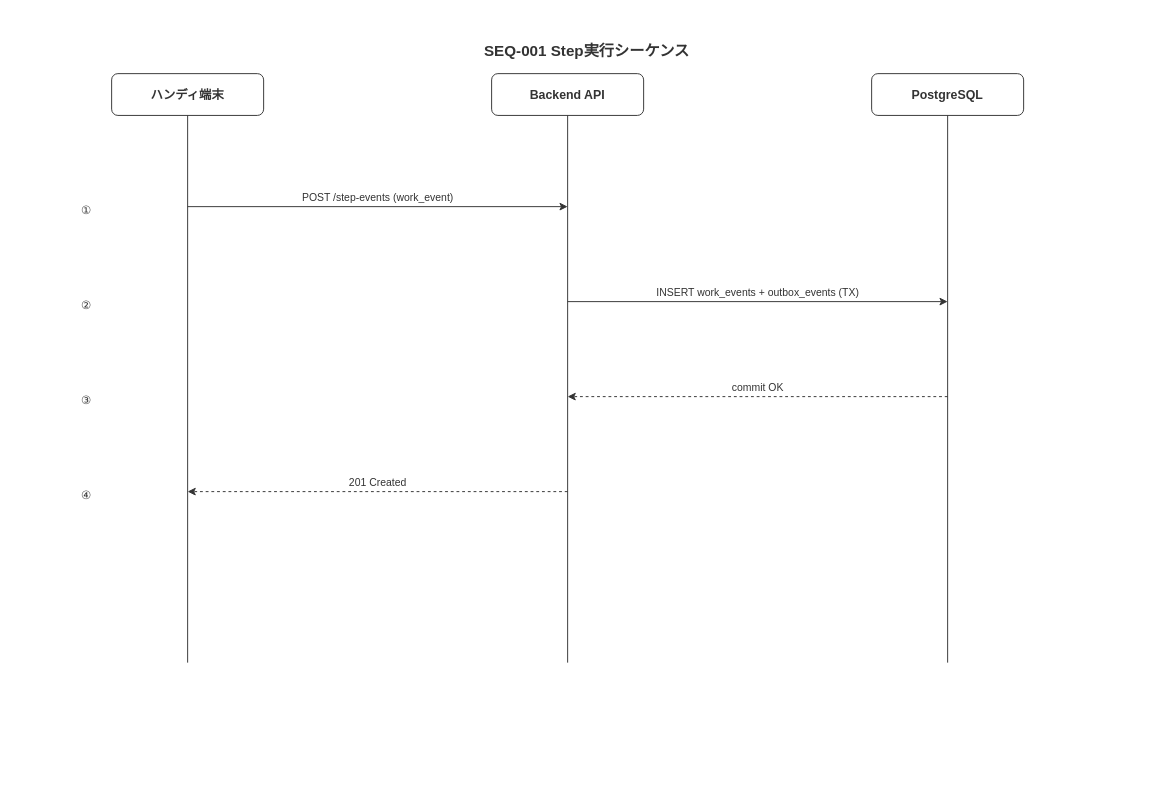
The draw.io diagram docs/04_概要設計/05_外部インターフェース設計/img/fig_des_seq_step_execution.drawio in RyuheiKiso/work-navigation-app, before the edit. Source tidied: cells renumbered, new cells numbered last; positions are measured from the earlier drawing's top-left corner, leaving out a move shared by most shapes. Both pictures are drawn from the tidied source at 95%, with x=0, y=0 at pixel (16, 16).
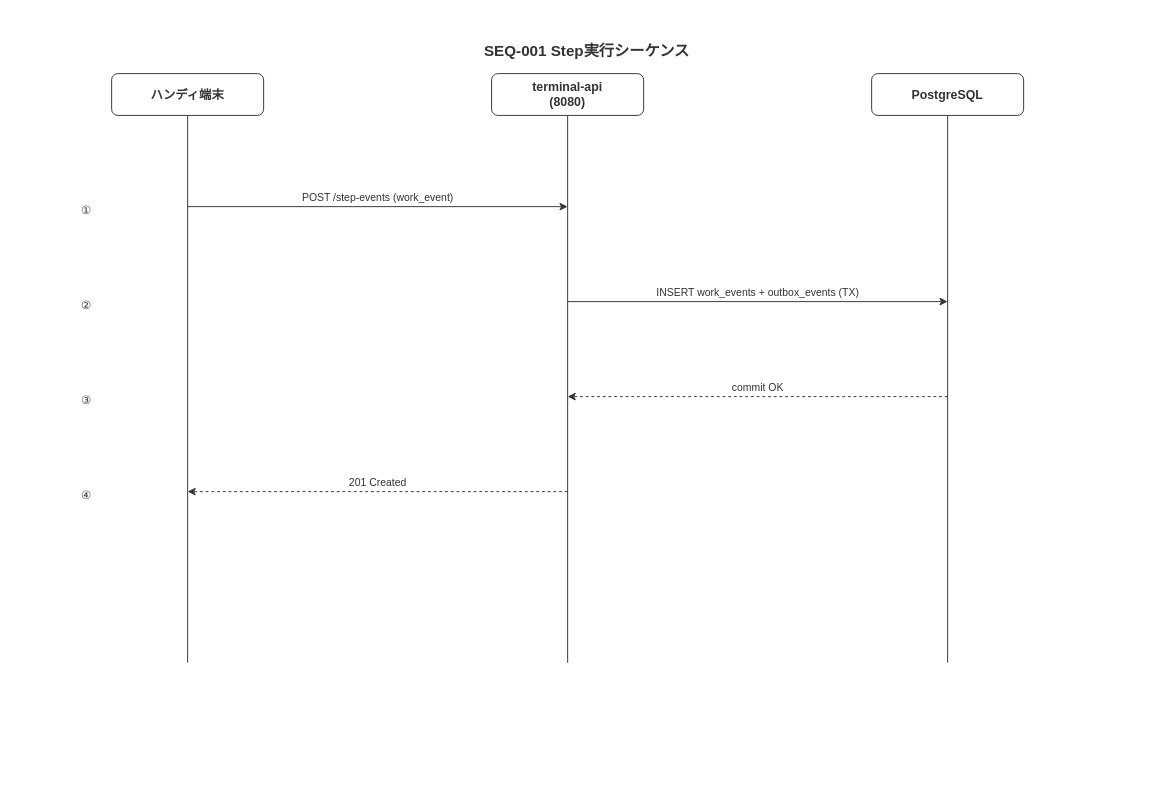
The same page after the edit.

The edit, as a diff of the source:
```diff
@@
-    <mxCell id="5" value="Backend API" style="rounded=1;whiteSpace=wrap;html=1;fontFamily=Helvetica;fontSize=13;fontStyle=1;fontColor=#333333;strokeColor=#333333;fillColor=#FFFFFF;" parent="1" vertex="1">
+    <mxCell id="5" value="terminal-api&#10;(8080)" style="rounded=1;whiteSpace=wrap;html=1;fontFamily=Helvetica;fontSize=13;fontStyle=1;fontColor=#333333;strokeColor=#333333;fillColor=#FFFFFF;" parent="1" vertex="1">
       <mxGeometry x="500" y="60" width="160" height="44" as="geometry" />
     </mxCell>
```
